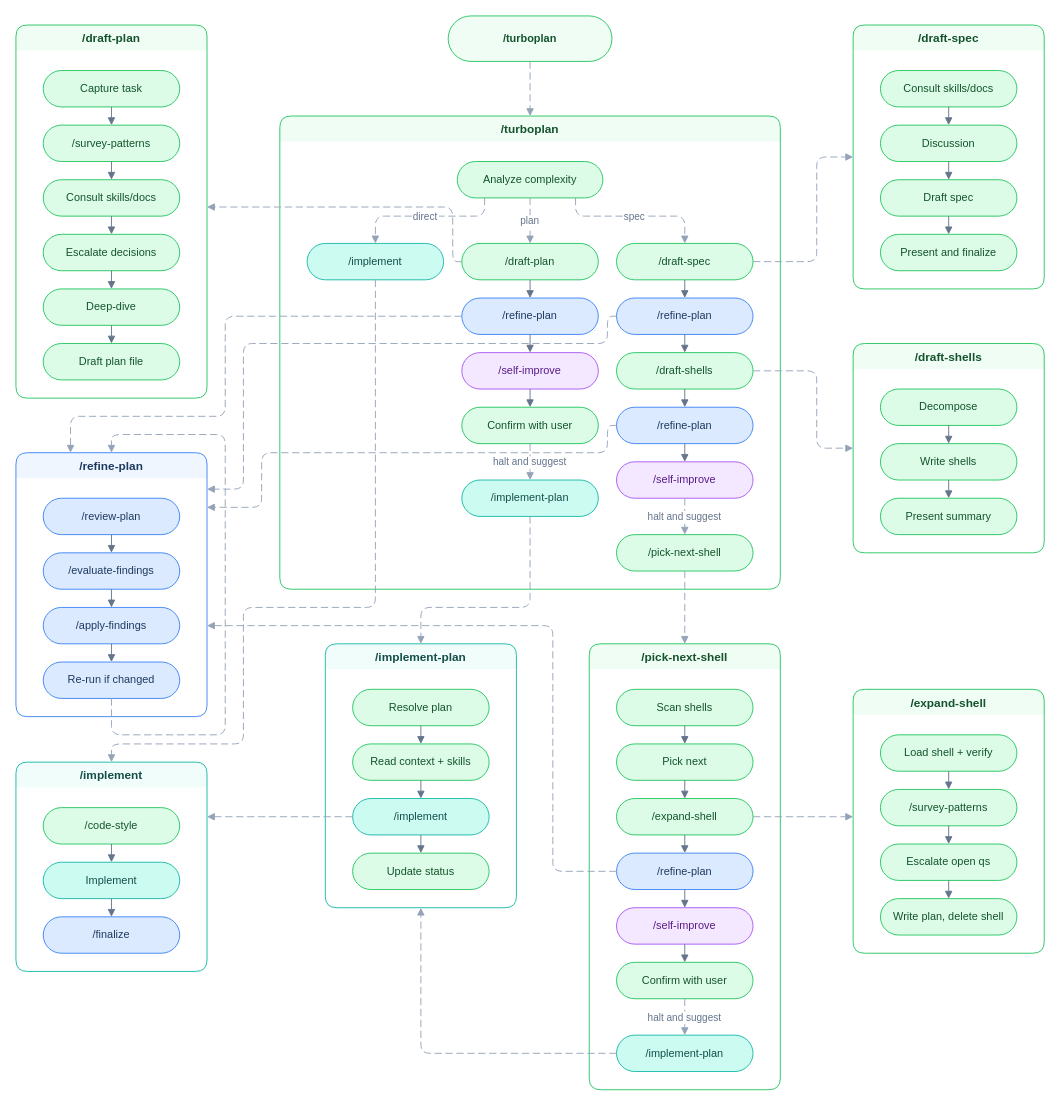
Before: assets/how-turboplan-connects.drawio in tobihagemann/turbo, a draw.io diagram. Source tidied: cells renumbered, new cells numbered last; positions are measured from the earlier drawing's top-left corner, leaving out a move shared by most shapes. Both pictures are drawn from the tidied source at 91%, with x=0, y=0 at pixel (15, 15).
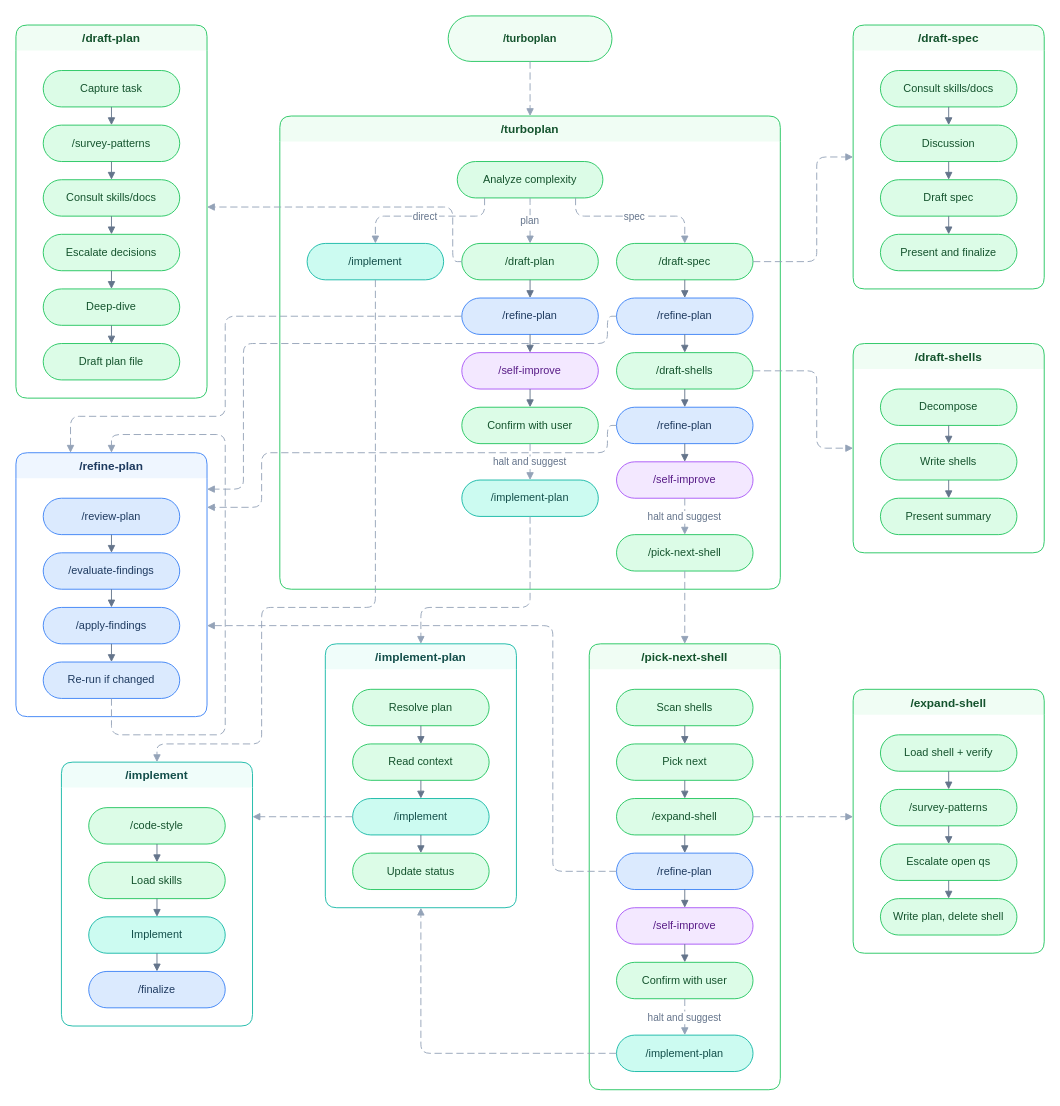
The same diagram, later.

Unchanged cells that the change refers to:
```xml
<mxCell id="19" value="/implement" style="rounded=1;whiteSpace=wrap;html=1;arcSize=50;fillColor=#ccfbf1;strokeColor=#14b8a6;fontColor=#134e4a;fontSize=12;" parent="4" vertex="1">
  <mxGeometry x="30" y="140" width="150" height="40" as="geometry" />
</mxCell>
<mxCell id="51" value="/implement-plan" style="swimlane;startSize=28;rounded=1;fillColor=#f0fdfa;strokeColor=#14b8a6;fontColor=#134e4a;fontStyle=1;fontSize=13;swimlaneLine=0;" parent="1" vertex="1">
  <mxGeometry x="340" y="690" width="210" height="290" as="geometry" />
</mxCell>
<mxCell id="107" value="/code-style" style="rounded=1;whiteSpace=wrap;html=1;arcSize=50;fillColor=#dcfce7;strokeColor=#22c55e;fontColor=#14532d;fontSize=12;" parent="106" vertex="1">
  <mxGeometry x="30" y="50" width="150" height="40" as="geometry" />
</mxCell>
```

The edit, as a diff of the source:
```diff
@@
-    <mxCell id="53" value="Read context + skills" style="rounded=1;whiteSpace=wrap;html=1;arcSize=50;fillColor=#dcfce7;strokeColor=#22c55e;fontColor=#14532d;fontSize=12;" parent="51" vertex="1">
+    <mxCell id="53" value="Read context" style="rounded=1;whiteSpace=wrap;html=1;arcSize=50;fillColor=#dcfce7;strokeColor=#22c55e;fontColor=#14532d;fontSize=12;" parent="51" vertex="1">
       <mxGeometry x="30" y="110" width="150" height="40" as="geometry" />
     </mxCell>
@@
     <mxCell id="106" value="/implement" style="swimlane;startSize=28;rounded=1;fillColor=#f0fdfa;strokeColor=#14b8a6;fontColor=#134e4a;fontStyle=1;fontSize=13;swimlaneLine=0;" parent="1" vertex="1">
-      <mxGeometry y="820" width="210" height="230" as="geometry" />
+      <mxGeometry x="50" y="820" width="210" height="290" as="geometry" />
     </mxCell>
@@
+    <mxCell id="114" value="Load skills" style="rounded=1;whiteSpace=wrap;html=1;arcSize=50;fillColor=#dcfce7;strokeColor=#22c55e;fontColor=#14532d;fontSize=12;" parent="106" vertex="1">
+      <mxGeometry x="30" y="110" width="150" height="40" as="geometry" />
+    </mxCell>
     <mxCell id="108" value="Implement" style="rounded=1;whiteSpace=wrap;html=1;arcSize=50;fillColor=#ccfbf1;strokeColor=#14b8a6;fontColor=#134e4a;fontSize=12;" parent="106" vertex="1">
-      <mxGeometry x="30" y="110" width="150" height="40" as="geometry" />
+      <mxGeometry x="30" y="170" width="150" height="40" as="geometry" />
     </mxCell>
     <mxCell id="109" value="/finalize" style="rounded=1;whiteSpace=wrap;html=1;arcSize=50;fillColor=#dbeafe;strokeColor=#3b82f6;fontColor=#1e3a5f;fontSize=12;" parent="106" vertex="1">
-      <mxGeometry x="30" y="170" width="150" height="40" as="geometry" />
+      <mxGeometry x="30" y="230" width="150" height="40" as="geometry" />
     </mxCell>
-    <mxCell id="110" style="endArrow=block;endFill=1;rounded=1;edgeStyle=orthogonalEdgeStyle;strokeColor=#64748b;" parent="106" edge="1" source="107" target="108">
+    <mxCell id="110" style="endArrow=block;endFill=1;rounded=1;edgeStyle=orthogonalEdgeStyle;strokeColor=#64748b;" parent="106" edge="1" source="107" target="114">
       <mxGeometry relative="1" as="geometry" />
     </mxCell>
+    <mxCell id="115" style="endArrow=block;endFill=1;rounded=1;edgeStyle=orthogonalEdgeStyle;strokeColor=#64748b;" parent="106" edge="1" source="114" target="108">
+      <mxGeometry relative="1" as="geometry" />
+    </mxCell>
@@
     <mxCell id="112" style="dashed=1;dashPattern=8 4;endArrow=block;endFill=1;rounded=1;edgeStyle=orthogonalEdgeStyle;strokeColor=#94a3b8;fontSize=11;fontColor=#64748b;" parent="1" edge="1" source="19" target="106">
       <mxGeometry relative="1" as="geometry">
         <Array as="points">
           <mxPoint x="395" y="650" />
-          <mxPoint x="250" y="650" />
-          <mxPoint x="250" y="800" />
-          <mxPoint x="105" y="800" />
+          <mxPoint x="270" y="650" />
+          <mxPoint x="270" y="800" />
+          <mxPoint x="155" y="800" />
         </Array>
       </mxGeometry>
     </mxCell>
```
